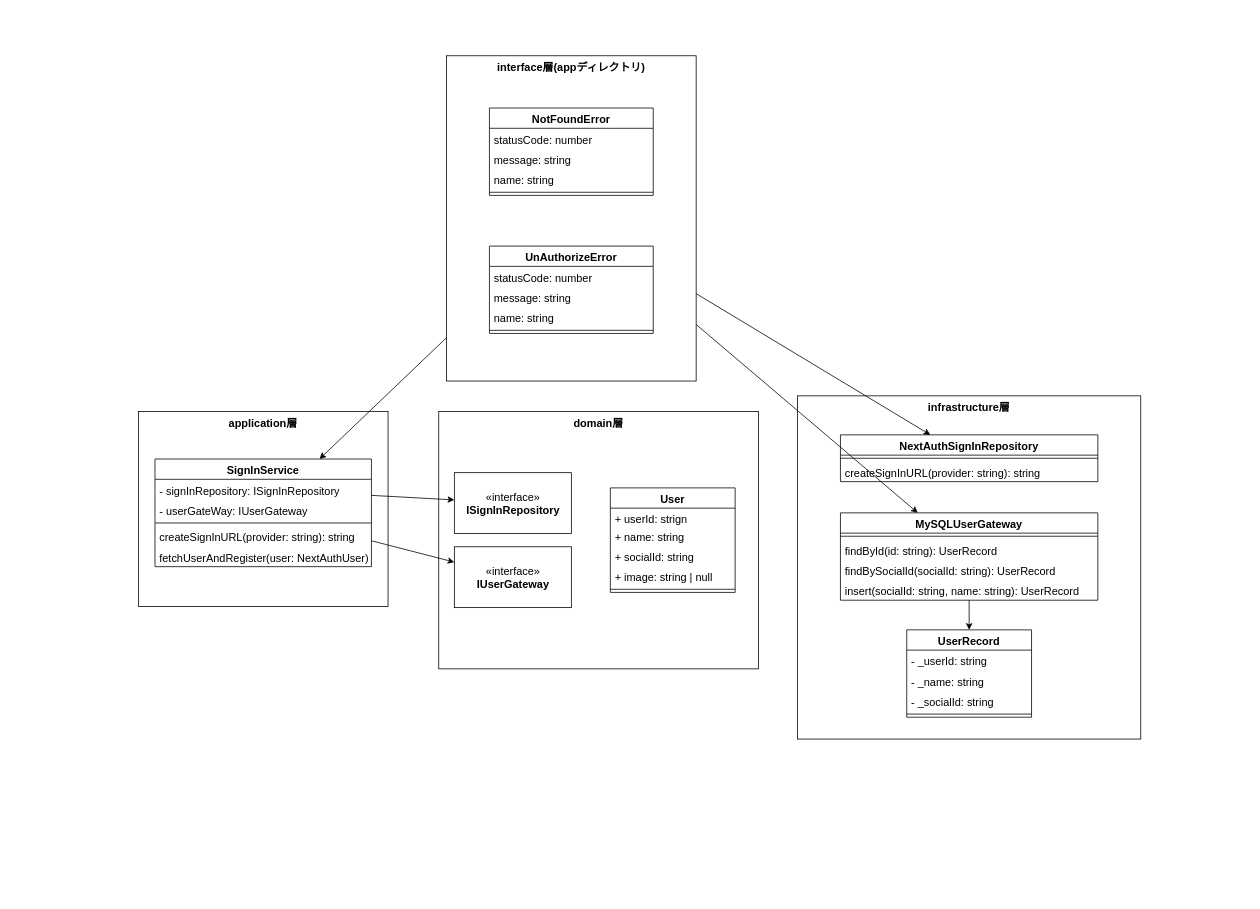
toki0902/psApp_Nextjs keeps this draw.io diagram as docs/layered-structure.drawio. Above is the earlier version. Source tidied: cells renumbered, new cells numbered last; positions are measured from the earlier drawing's top-left corner, leaving out a move shared by most shapes. Both pictures are drawn from the tidied source at 78%, with x=0, y=0 at pixel (138, 55).
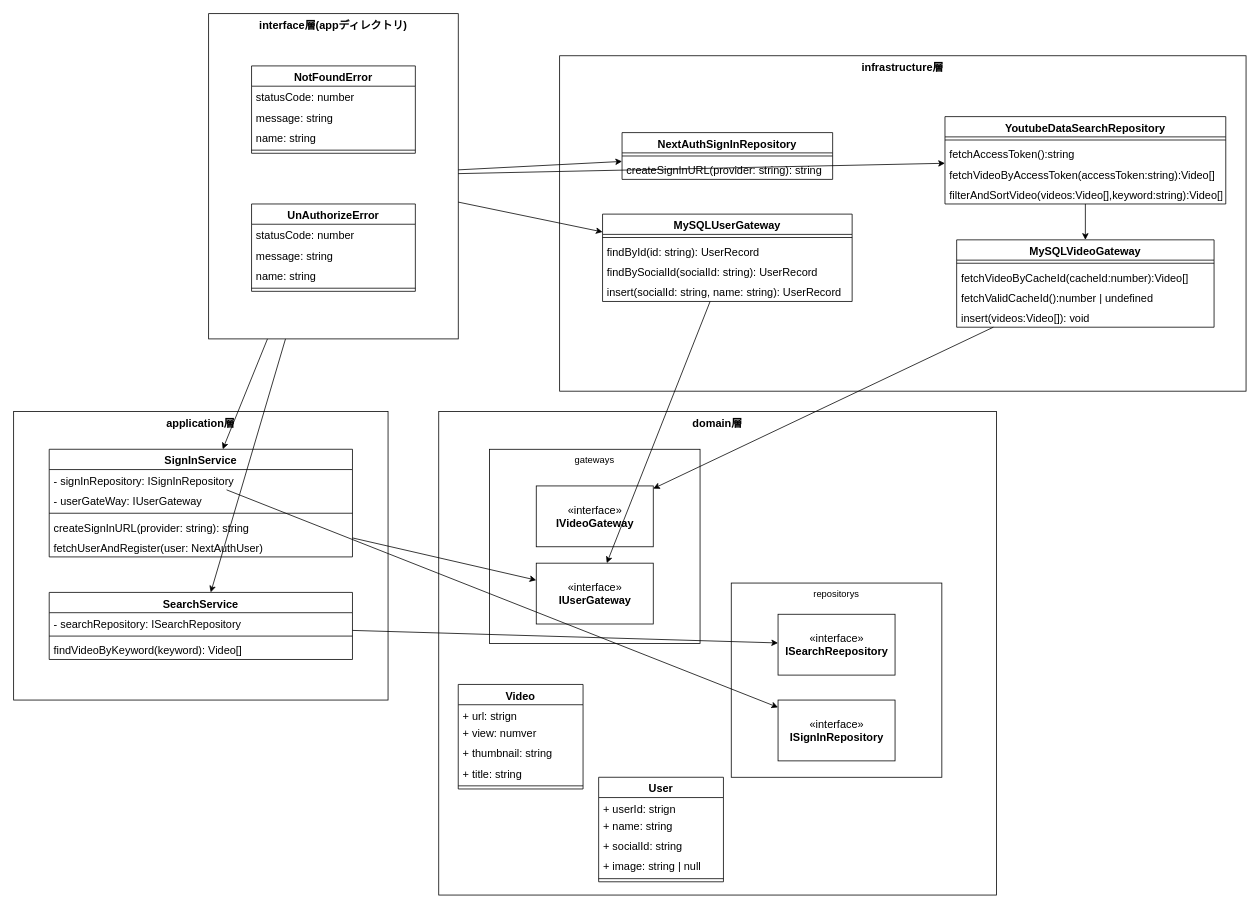
The same diagram, later.

Commit message:
💬 今までの構造を整理しました。

Change to the diagram source:
```diff
@@
+    <mxCell id="48" value="&lt;b&gt;&lt;font style=&quot;font-size: 14px;&quot;&gt;domain層&lt;/font&gt;&lt;/b&gt;" style="rounded=0;whiteSpace=wrap;html=1;fillColor=none;verticalAlign=top;" parent="1" vertex="1">
+      <mxGeometry x="385" y="456" width="715" height="620" as="geometry" />
+    </mxCell>
+    <mxCell id="49" value="repositorys" style="rounded=0;whiteSpace=wrap;html=1;fillColor=none;verticalAlign=top;" parent="1" vertex="1">
+      <mxGeometry x="760" y="676" width="270" height="249" as="geometry" />
+    </mxCell>
+    <mxCell id="50" value="gateways" style="rounded=0;whiteSpace=wrap;html=1;fillColor=none;verticalAlign=top;" parent="1" vertex="1">
+      <mxGeometry x="450" y="504.5" width="270" height="249" as="geometry" />
+    </mxCell>
+    <mxCell id="7" value="&lt;b&gt;&lt;font style=&quot;font-size: 14px;&quot;&gt;infrastructure層&lt;/font&gt;&lt;/b&gt;" style="rounded=0;whiteSpace=wrap;html=1;fillColor=none;verticalAlign=top;" parent="1" vertex="1">
+      <mxGeometry x="540" width="880" height="430" as="geometry" />
+    </mxCell>
+    <mxCell id="6" value="application層" style="rounded=0;whiteSpace=wrap;html=1;fillColor=none;fontStyle=1;fontSize=14;verticalAlign=top;" parent="1" vertex="1">
+      <mxGeometry x="-160" y="456" width="480" height="370" as="geometry" />
+    </mxCell>
@@
+    <mxCell id="51" style="edgeStyle=none;html=1;" parent="1" edge="1" source="5" target="69">
+      <mxGeometry relative="1" as="geometry" />
+    </mxCell>
+    <mxCell id="52" style="edgeStyle=none;html=1;" parent="1" edge="1" source="5" target="64">
+      <mxGeometry relative="1" as="geometry" />
+    </mxCell>
     <mxCell id="5" value="&lt;font size=&quot;1&quot;&gt;&lt;b style=&quot;font-size: 14px;&quot;&gt;interface層(appディレクトリ)&lt;/b&gt;&lt;/font&gt;" style="rounded=0;whiteSpace=wrap;html=1;fillColor=none;verticalAlign=top;" parent="1" vertex="1">
-      <mxGeometry x="395" width="320" height="417" as="geometry" />
+      <mxGeometry x="90" y="-54" width="320" height="417" as="geometry" />
     </mxCell>
-    <mxCell id="6" value="application層" style="rounded=0;whiteSpace=wrap;html=1;fillColor=none;fontStyle=1;fontSize=14;verticalAlign=top;" parent="1" vertex="1">
-      <mxGeometry y="456" width="320" height="250" as="geometry" />
-    </mxCell>
-    <mxCell id="7" value="&lt;b&gt;&lt;font style=&quot;font-size: 14px;&quot;&gt;infrastructure層&lt;/font&gt;&lt;/b&gt;" style="rounded=0;whiteSpace=wrap;html=1;fillColor=none;verticalAlign=top;" parent="1" vertex="1">
-      <mxGeometry x="845" y="436" width="440" height="440" as="geometry" />
-    </mxCell>
     <mxCell id="8" value="NotFoundError" style="swimlane;fontStyle=1;align=center;verticalAlign=top;horizontal=1;startSize=26;fontSize=14;fillColor=none;" parent="1" vertex="1">
-      <mxGeometry x="450" y="67" width="210" height="112" as="geometry" />
+      <mxGeometry x="145" y="13" width="210" height="112" as="geometry" />
     </mxCell>
@@
     <mxCell id="13" value="UnAuthorizeError" style="swimlane;fontStyle=1;align=center;verticalAlign=top;horizontal=1;startSize=26;fontSize=14;fillColor=none;" parent="1" vertex="1">
-      <mxGeometry x="450" y="244" width="210" height="112" as="geometry" />
+      <mxGeometry x="145" y="190" width="210" height="112" as="geometry" />
     </mxCell>
@@
     <mxCell id="18" value="SignInService" style="swimlane;fontStyle=1;align=center;verticalAlign=top;horizontal=1;startSize=26;fontSize=14;fillColor=none;" parent="1" vertex="1">
-      <mxGeometry x="21.2" y="517" width="277.5" height="138" as="geometry" />
+      <mxGeometry x="-114.4" y="504.5" width="388.8" height="138" as="geometry" />
     </mxCell>
     <mxCell id="19" value="- signInRepository: ISignInRepository" style="text;strokeColor=none;fillColor=none;align=left;verticalAlign=top;spacingLeft=4;spacingRight=4;overflow=hidden;points=[[0,0.5],[1,0.5]];portConstraint=eastwest;fontSize=14;" parent="18" vertex="1">
-      <mxGeometry y="26" width="277.5" height="26" as="geometry" />
+      <mxGeometry y="26" width="388.8" height="26" as="geometry" />
     </mxCell>
     <mxCell id="20" value="- userGateWay: IUserGateway" style="text;strokeColor=none;fillColor=none;align=left;verticalAlign=top;spacingLeft=4;spacingRight=4;overflow=hidden;fontSize=14;" parent="18" vertex="1">
-      <mxGeometry y="52" width="277.5" height="26" as="geometry" />
+      <mxGeometry y="52" width="388.8" height="26" as="geometry" />
     </mxCell>
     <mxCell id="21" style="line;strokeWidth=1;fillColor=none;align=left;verticalAlign=middle;spacingTop=-1;spacingLeft=3;spacingRight=3;labelPosition=right;strokeColor=inherit;fontSize=14;" parent="18" vertex="1">
-      <mxGeometry y="78" width="277.5" height="8" as="geometry" />
+      <mxGeometry y="78" width="388.8" height="8" as="geometry" />
     </mxCell>
     <mxCell id="22" value="createSignInURL(provider: string): string" style="text;strokeColor=none;fillColor=none;align=left;verticalAlign=top;spacingLeft=4;spacingRight=4;overflow=hidden;fontSize=14;" parent="18" vertex="1">
-      <mxGeometry y="86" width="277.5" height="26" as="geometry" />
+      <mxGeometry y="86" width="388.8" height="26" as="geometry" />
     </mxCell>
     <mxCell id="23" value="fetchUserAndRegister(user: NextAuthUser)" style="text;strokeColor=none;fillColor=none;align=left;verticalAlign=top;spacingLeft=4;spacingRight=4;overflow=hidden;fontSize=14;" parent="18" vertex="1">
-      <mxGeometry y="112" width="277.5" height="26" as="geometry" />
+      <mxGeometry y="112" width="388.8" height="26" as="geometry" />
     </mxCell>
-    <mxCell id="24" value="«interface»&lt;br&gt;&lt;b&gt;ISignInRepository&lt;/b&gt;" style="html=1;fontSize=14;fillColor=none;" parent="1" vertex="1">
-      <mxGeometry x="405" y="534.5" width="150" height="78" as="geometry" />
-    </mxCell>
     <mxCell id="25" value="«interface»&lt;br&gt;&lt;b&gt;IUserGateway&lt;/b&gt;" style="html=1;fontSize=14;fillColor=none;" parent="1" vertex="1">
-      <mxGeometry x="405" y="629.5" width="150" height="78" as="geometry" />
+      <mxGeometry x="510" y="650.5" width="150" height="78" as="geometry" />
     </mxCell>
@@
     <mxCell id="28" value="User" style="swimlane;fontStyle=1;align=center;verticalAlign=top;horizontal=1;startSize=26;fontSize=14;fillColor=none;" parent="1" vertex="1">
-      <mxGeometry x="605" y="554" width="160" height="134" as="geometry" />
+      <mxGeometry x="590" y="925" width="160" height="134" as="geometry" />
     </mxCell>
@@
-    <mxCell id="34" value="UserRecord" style="swimlane;fontStyle=1;align=center;verticalAlign=top;horizontal=1;startSize=26;fontSize=14;fillColor=none;" parent="1" vertex="1">
-      <mxGeometry x="985" y="736" width="160" height="112" as="geometry" />
-    </mxCell>
-    <mxCell id="35" value="- _userId: string" style="text;strokeColor=none;fillColor=none;align=left;verticalAlign=top;spacingLeft=4;spacingRight=4;overflow=hidden;fontSize=14;" parent="34" vertex="1">
-      <mxGeometry y="26" width="160" height="26" as="geometry" />
-    </mxCell>
-    <mxCell id="36" value="- _name: string" style="text;strokeColor=none;fillColor=none;align=left;verticalAlign=top;spacingLeft=4;spacingRight=4;overflow=hidden;fontSize=14;" parent="34" vertex="1">
-      <mxGeometry y="52" width="160" height="26" as="geometry" />
-    </mxCell>
-    <mxCell id="37" value="- _socialId: string" style="text;strokeColor=none;fillColor=none;align=left;verticalAlign=top;spacingLeft=4;spacingRight=4;overflow=hidden;fontSize=14;" parent="34" vertex="1">
-      <mxGeometry y="78" width="160" height="26" as="geometry" />
-    </mxCell>
-    <mxCell id="38" style="line;strokeWidth=1;fillColor=none;align=left;verticalAlign=middle;spacingTop=-1;spacingLeft=3;spacingRight=3;labelPosition=right;strokeColor=inherit;fontSize=14;" parent="34" vertex="1">
-      <mxGeometry y="104" width="160" height="8" as="geometry" />
-    </mxCell>
-    <mxCell id="39" style="edgeStyle=none;html=1;fontSize=14;" parent="1" edge="1" source="40" target="34">
-      <mxGeometry relative="1" as="geometry" />
-    </mxCell>
+    <mxCell id="53" style="edgeStyle=none;html=1;" parent="1" edge="1" source="40" target="25">
+      <mxGeometry relative="1" as="geometry" />
+    </mxCell>
+    <mxCell id="54" value="&lt;br&gt;" style="edgeLabel;html=1;align=center;verticalAlign=middle;" parent="53" vertex="1">
+      <mxGeometry x="0.43" y="-5" relative="1" as="geometry" />
+    </mxCell>
     <mxCell id="40" value="MySQLUserGateway" style="swimlane;fontStyle=1;align=center;verticalAlign=top;horizontal=1;startSize=26;fontSize=14;fillColor=none;" parent="1" vertex="1">
-      <mxGeometry x="900" y="586" width="330" height="112" as="geometry" />
+      <mxGeometry x="595" y="203" width="320" height="112" as="geometry" />
     </mxCell>
     <mxCell id="41" style="line;strokeWidth=1;fillColor=none;align=left;verticalAlign=middle;spacingTop=-1;spacingLeft=3;spacingRight=3;labelPosition=right;strokeColor=inherit;fontSize=14;" parent="40" vertex="1">
-      <mxGeometry y="26" width="330" height="8" as="geometry" />
+      <mxGeometry y="26" width="320" height="8" as="geometry" />
     </mxCell>
     <mxCell id="42" value="findById(id: string): UserRecord" style="text;strokeColor=none;fillColor=none;align=left;verticalAlign=top;spacingLeft=4;spacingRight=4;overflow=hidden;fontSize=14;" parent="40" vertex="1">
-      <mxGeometry y="34" width="330" height="26" as="geometry" />
+      <mxGeometry y="34" width="320" height="26" as="geometry" />
     </mxCell>
     <mxCell id="43" value="findBySocialId(socialId: string): UserRecord" style="text;strokeColor=none;fillColor=none;align=left;verticalAlign=top;spacingLeft=4;spacingRight=4;overflow=hidden;fontSize=14;" parent="40" vertex="1">
-      <mxGeometry y="60" width="330" height="26" as="geometry" />
+      <mxGeometry y="60" width="320" height="26" as="geometry" />
     </mxCell>
     <mxCell id="44" value="insert(socialId: string, name: string): UserRecord" style="text;strokeColor=none;fillColor=none;align=left;verticalAlign=top;spacingLeft=4;spacingRight=4;overflow=hidden;fontSize=14;" parent="40" vertex="1">
-      <mxGeometry y="86" width="330" height="26" as="geometry" />
+      <mxGeometry y="86" width="320" height="26" as="geometry" />
     </mxCell>
     <mxCell id="45" value="NextAuthSignInRepository" style="swimlane;fontStyle=1;align=center;verticalAlign=top;horizontal=1;startSize=26;fontSize=14;fillColor=none;" parent="1" vertex="1">
-      <mxGeometry x="900" y="486" width="330" height="60" as="geometry" />
+      <mxGeometry x="620" y="98.5" width="270" height="60" as="geometry" />
     </mxCell>
     <mxCell id="46" style="line;strokeWidth=1;fillColor=none;align=left;verticalAlign=middle;spacingTop=-1;spacingLeft=3;spacingRight=3;labelPosition=right;strokeColor=inherit;fontSize=14;" parent="45" vertex="1">
-      <mxGeometry y="26" width="330" height="8" as="geometry" />
+      <mxGeometry y="26" width="270" height="8" as="geometry" />
     </mxCell>
     <mxCell id="47" value="createSignInURL(provider: string): string" style="text;strokeColor=none;fillColor=none;align=left;verticalAlign=top;spacingLeft=4;spacingRight=4;overflow=hidden;fontSize=14;" parent="45" vertex="1">
-      <mxGeometry y="34" width="330" height="26" as="geometry" />
+      <mxGeometry y="34" width="270" height="26" as="geometry" />
     </mxCell>
-    <mxCell id="48" value="&lt;b&gt;&lt;font style=&quot;font-size: 14px;&quot;&gt;domain層&lt;/font&gt;&lt;/b&gt;" style="rounded=0;whiteSpace=wrap;html=1;fillColor=none;verticalAlign=top;" parent="1" vertex="1">
-      <mxGeometry x="385" y="456" width="410" height="330" as="geometry" />
-    </mxCell>
+    <mxCell id="55" value="«interface»&lt;br&gt;&lt;b&gt;ISearchReepository&lt;/b&gt;" style="html=1;fontSize=14;fillColor=none;" parent="1" vertex="1">
+      <mxGeometry x="820" y="716" width="150" height="78" as="geometry" />
+    </mxCell>
+    <mxCell id="56" value="«interface»&lt;br&gt;&lt;b&gt;IVideoGateway&lt;/b&gt;" style="html=1;fontSize=14;fillColor=none;" parent="1" vertex="1">
+      <mxGeometry x="510" y="551.5" width="150" height="78" as="geometry" />
+    </mxCell>
+    <mxCell id="57" value="Video" style="swimlane;fontStyle=1;align=center;verticalAlign=top;horizontal=1;startSize=26;fontSize=14;fillColor=none;" parent="1" vertex="1">
+      <mxGeometry x="410" y="806" width="160" height="134" as="geometry" />
+    </mxCell>
+    <mxCell id="58" value="+ url: strign" style="text;strokeColor=none;fillColor=none;align=left;verticalAlign=top;spacingLeft=4;spacingRight=4;overflow=hidden;fontSize=14;" parent="57" vertex="1">
+      <mxGeometry y="26" width="160" height="22" as="geometry" />
+    </mxCell>
+    <mxCell id="59" value="+ view: numver" style="text;strokeColor=none;fillColor=none;align=left;verticalAlign=top;spacingLeft=4;spacingRight=4;overflow=hidden;fontSize=14;" parent="57" vertex="1">
+      <mxGeometry y="48" width="160" height="26" as="geometry" />
+    </mxCell>
+    <mxCell id="60" value="+ thumbnail: string" style="text;strokeColor=none;fillColor=none;align=left;verticalAlign=top;spacingLeft=4;spacingRight=4;overflow=hidden;fontSize=14;" parent="57" vertex="1">
+      <mxGeometry y="74" width="160" height="26" as="geometry" />
+    </mxCell>
+    <mxCell id="61" value="+ title: string" style="text;strokeColor=none;fillColor=none;align=left;verticalAlign=top;spacingLeft=4;spacingRight=4;overflow=hidden;fontSize=14;" parent="57" vertex="1">
+      <mxGeometry y="100" width="160" height="26" as="geometry" />
+    </mxCell>
+    <mxCell id="62" style="line;strokeWidth=1;fillColor=none;align=left;verticalAlign=middle;spacingTop=-1;spacingLeft=3;spacingRight=3;labelPosition=right;strokeColor=inherit;fontSize=14;" parent="57" vertex="1">
+      <mxGeometry y="126" width="160" height="8" as="geometry" />
+    </mxCell>
+    <mxCell id="63" style="edgeStyle=none;html=1;" parent="1" edge="1" source="64" target="55">
+      <mxGeometry relative="1" as="geometry" />
+    </mxCell>
+    <mxCell id="64" value="SearchService" style="swimlane;fontStyle=1;align=center;verticalAlign=top;horizontal=1;startSize=26;fontSize=14;fillColor=none;" parent="1" vertex="1">
+      <mxGeometry x="-114.4" y="688" width="388.8" height="86" as="geometry" />
+    </mxCell>
+    <mxCell id="65" value="- searchRepository: ISearchRepository" style="text;strokeColor=none;fillColor=none;align=left;verticalAlign=top;spacingLeft=4;spacingRight=4;overflow=hidden;fontSize=14;" parent="64" vertex="1">
+      <mxGeometry y="26" width="388.8" height="26" as="geometry" />
+    </mxCell>
+    <mxCell id="66" style="line;strokeWidth=1;fillColor=none;align=left;verticalAlign=middle;spacingTop=-1;spacingLeft=3;spacingRight=3;labelPosition=right;strokeColor=inherit;fontSize=14;" parent="64" vertex="1">
+      <mxGeometry y="52" width="388.8" height="8" as="geometry" />
+    </mxCell>
+    <mxCell id="67" value="findVideoByKeyword(keyword): Video[]" style="text;strokeColor=none;fillColor=none;align=left;verticalAlign=top;spacingLeft=4;spacingRight=4;overflow=hidden;fontSize=14;" parent="64" vertex="1">
+      <mxGeometry y="60" width="388.8" height="26" as="geometry" />
+    </mxCell>
+    <mxCell id="24" value="«interface»&lt;br&gt;&lt;b&gt;ISignInRepository&lt;/b&gt;" style="html=1;fontSize=14;fillColor=none;" parent="1" vertex="1">
+      <mxGeometry x="820" y="826" width="150" height="78" as="geometry" />
+    </mxCell>
+    <mxCell id="68" style="edgeStyle=none;html=1;" parent="1" edge="1" source="69" target="75">
+      <mxGeometry relative="1" as="geometry" />
+    </mxCell>
+    <mxCell id="69" value="YoutubeDataSearchRepository" style="swimlane;fontStyle=1;align=center;verticalAlign=top;horizontal=1;startSize=26;fontSize=14;fillColor=none;" parent="1" vertex="1">
+      <mxGeometry x="1034" y="78" width="360" height="112" as="geometry" />
+    </mxCell>
+    <mxCell id="70" style="line;strokeWidth=1;fillColor=none;align=left;verticalAlign=middle;spacingTop=-1;spacingLeft=3;spacingRight=3;labelPosition=right;strokeColor=inherit;fontSize=14;" parent="69" vertex="1">
+      <mxGeometry y="26" width="360" height="8" as="geometry" />
+    </mxCell>
+    <mxCell id="71" value="fetchAccessToken():string" style="text;strokeColor=none;fillColor=none;align=left;verticalAlign=top;spacingLeft=4;spacingRight=4;overflow=hidden;fontSize=14;" parent="69" vertex="1">
+      <mxGeometry y="34" width="360" height="26" as="geometry" />
+    </mxCell>
+    <mxCell id="72" value="fetchVideoByAccessToken(accessToken:string):Video[]" style="text;strokeColor=none;fillColor=none;align=left;verticalAlign=top;spacingLeft=4;spacingRight=4;overflow=hidden;fontSize=14;" parent="69" vertex="1">
+      <mxGeometry y="60" width="360" height="26" as="geometry" />
+    </mxCell>
+    <mxCell id="73" value="filterAndSortVideo(videos:Video[],keyword:string):Video[]" style="text;strokeColor=none;fillColor=none;align=left;verticalAlign=top;spacingLeft=4;spacingRight=4;overflow=hidden;fontSize=14;" parent="69" vertex="1">
+      <mxGeometry y="86" width="360" height="26" as="geometry" />
+    </mxCell>
+    <mxCell id="74" style="edgeStyle=none;html=1;" parent="1" edge="1" source="75" target="56">
+      <mxGeometry relative="1" as="geometry" />
+    </mxCell>
+    <mxCell id="75" value="MySQLVideoGateway" style="swimlane;fontStyle=1;align=center;verticalAlign=top;horizontal=1;startSize=26;fontSize=14;fillColor=none;" parent="1" vertex="1">
+      <mxGeometry x="1049" y="236" width="330" height="112" as="geometry" />
+    </mxCell>
+    <mxCell id="76" style="line;strokeWidth=1;fillColor=none;align=left;verticalAlign=middle;spacingTop=-1;spacingLeft=3;spacingRight=3;labelPosition=right;strokeColor=inherit;fontSize=14;" parent="75" vertex="1">
+      <mxGeometry y="26" width="330" height="8" as="geometry" />
+    </mxCell>
+    <mxCell id="77" value="fetchVideoByCacheId(cacheId:number):Video[]" style="text;strokeColor=none;fillColor=none;align=left;verticalAlign=top;spacingLeft=4;spacingRight=4;overflow=hidden;fontSize=14;" parent="75" vertex="1">
+      <mxGeometry y="34" width="330" height="26" as="geometry" />
+    </mxCell>
+    <mxCell id="78" value="fetchValidCacheId():number | undefined" style="text;strokeColor=none;fillColor=none;align=left;verticalAlign=top;spacingLeft=4;spacingRight=4;overflow=hidden;fontSize=14;" parent="75" vertex="1">
+      <mxGeometry y="60" width="330" height="26" as="geometry" />
+    </mxCell>
+    <mxCell id="79" value="insert(videos:Video[]): void" style="text;strokeColor=none;fillColor=none;align=left;verticalAlign=top;spacingLeft=4;spacingRight=4;overflow=hidden;fontSize=14;" parent="75" vertex="1">
+      <mxGeometry y="86" width="330" height="26" as="geometry" />
+    </mxCell>
```
